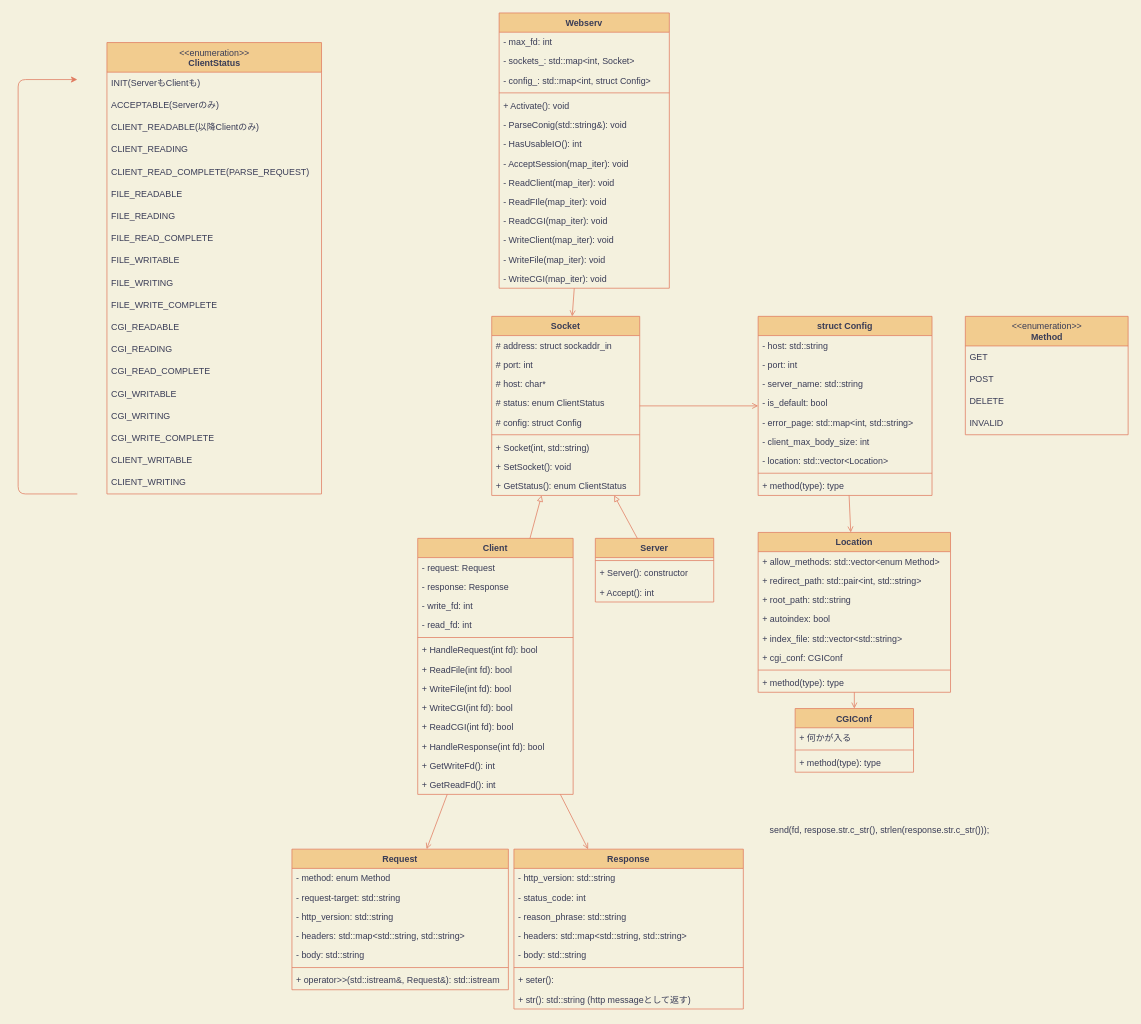
Before: docs/classes.dio in tkomatsu/webserv, a draw.io diagram. Source tidied: cells renumbered, new cells numbered last; positions are measured from the earlier drawing's top-left corner, leaving out a move shared by most shapes. Both pictures are drawn from the tidied source at 74%, with x=0, y=0 at pixel (18, 13).
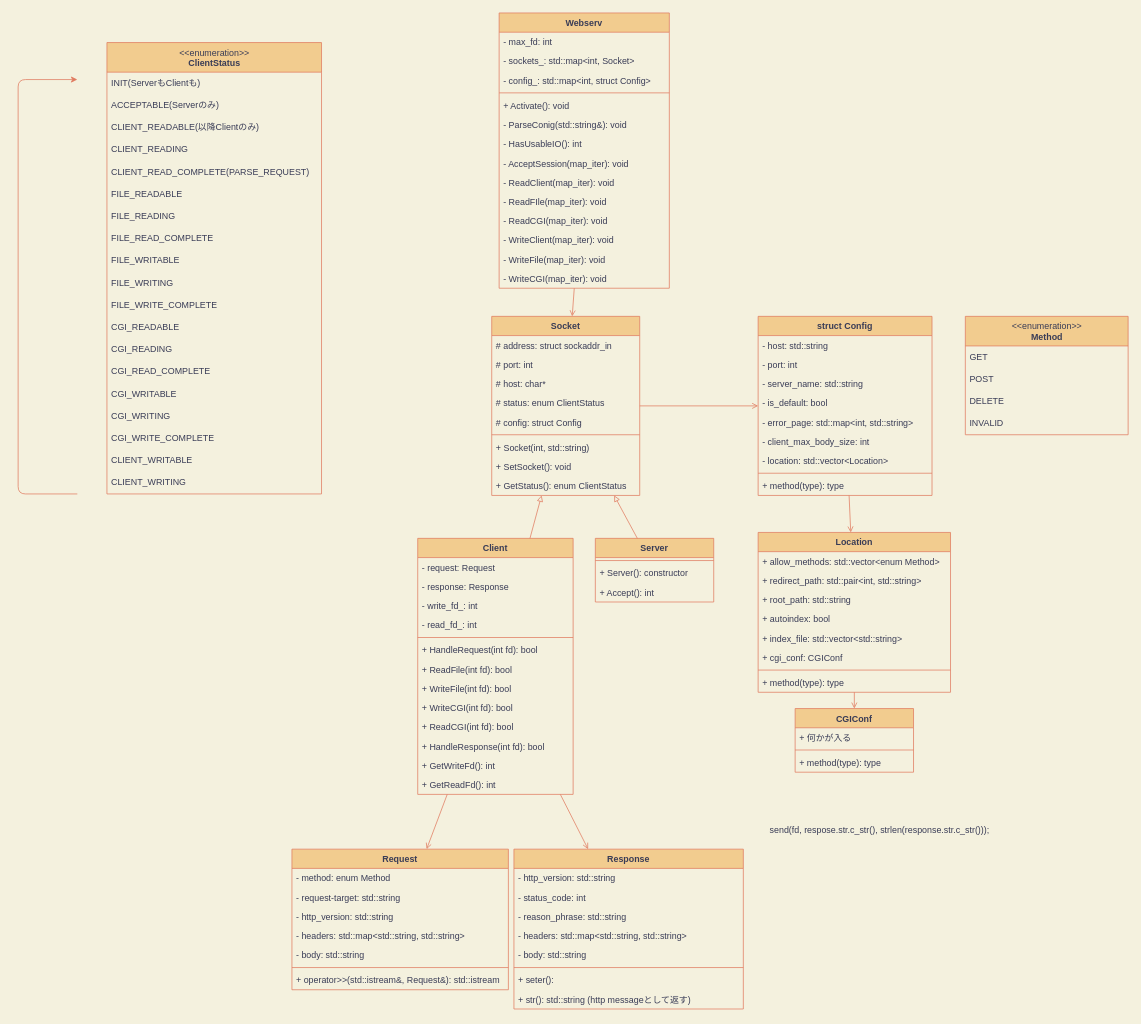
After the change.

Commit message (it also covers changes not shown here):
style(client*, classes.io): change write_fd, read_fd to write_fd_, read_fd_

Unchanged cells that the change refers to:
```xml
<mxCell id="33" value="Client" style="swimlane;fontStyle=1;align=center;verticalAlign=top;horizontal=1;startSize=26;fillColor=#F2CC8F;strokeColor=#E07A5F;fontColor=#393C56;" parent="1" vertex="1">
  <mxGeometry x="540" y="710" width="210" height="346" as="geometry" />
</mxCell>
```

What changed in the source:
```diff
@@
-    <mxCell id="36" value="- write_fd: int" style="text;strokeColor=none;fillColor=none;align=left;verticalAlign=top;spacingLeft=4;spacingRight=4;overflow=hidden;fontColor=#393C56;" parent="33" vertex="1">
+    <mxCell id="36" value="- write_fd_: int" style="text;strokeColor=none;fillColor=none;align=left;verticalAlign=top;spacingLeft=4;spacingRight=4;overflow=hidden;fontColor=#393C56;" parent="33" vertex="1">
       <mxGeometry y="78" width="210" height="26" as="geometry" />
     </mxCell>
-    <mxCell id="37" value="- read_fd: int" style="text;strokeColor=none;fillColor=none;align=left;verticalAlign=top;spacingLeft=4;spacingRight=4;overflow=hidden;fontColor=#393C56;" parent="33" vertex="1">
+    <mxCell id="37" value="- read_fd_: int" style="text;strokeColor=none;fillColor=none;align=left;verticalAlign=top;spacingLeft=4;spacingRight=4;overflow=hidden;fontColor=#393C56;" parent="33" vertex="1">
       <mxGeometry y="104" width="210" height="26" as="geometry" />
     </mxCell>
```
